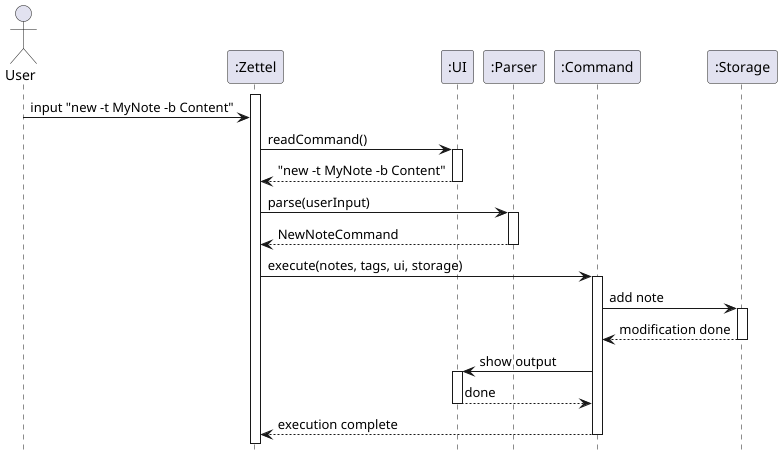
Above: docs/images/ArchitectureSequence.png in shauntsr/tp (PlantUML), before the change. The source it was exported from:
```plantuml
@startuml NewNote
hide footbox

actor User
participant ":Zettel"
participant ":UI"
participant ":Parser"
participant ":Command"
participant ":Storage"

activate ":Zettel"

User -> ":Zettel": input "new -t MyNote -b Content"
":Zettel" -> ":UI": readCommand()
activate ":UI"
":UI" --> ":Zettel": "new -t MyNote -b Content"
deactivate ":UI"

":Zettel" -> ":Parser": parse(userInput)
activate ":Parser"
":Parser" --> ":Zettel": NewNoteCommand
deactivate ":Parser"

":Zettel" -> ":Command": execute(notes, tags, ui, storage)
activate ":Command"

":Command" -> ":Storage": add note
activate ":Storage"
":Storage" --> ":Command": modification done
deactivate ":Storage"

":Command" -> ":UI": show output
activate ":UI"
":UI" --> ":Command": done
deactivate ":UI"

":Command" --> ":Zettel": execution complete
deactivate ":Command"

@enduml
```
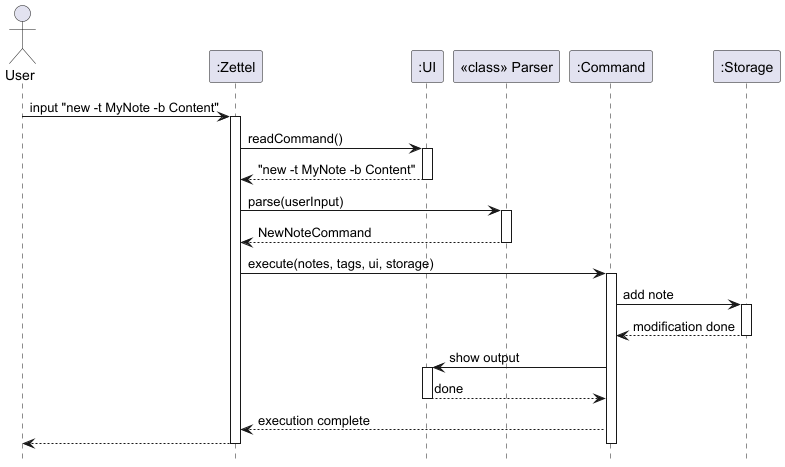
Later version of the same file.

What changed in the source:
```diff
@@ -1,25 +1,25 @@
-@startuml NewNote
+@startuml ArchitectureSequence
 hide footbox
 
 actor User
 participant ":Zettel"
 participant ":UI"
-participant ":Parser"
+participant "<<class>> Parser" as Parser
 participant ":Command"
 participant ":Storage"
 
-activate ":Zettel"
 
 User -> ":Zettel": input "new -t MyNote -b Content"
+activate ":Zettel"
 ":Zettel" -> ":UI": readCommand()
 activate ":UI"
 ":UI" --> ":Zettel": "new -t MyNote -b Content"
 deactivate ":UI"
 
-":Zettel" -> ":Parser": parse(userInput)
-activate ":Parser"
-":Parser" --> ":Zettel": NewNoteCommand
-deactivate ":Parser"
+":Zettel" -> "Parser": parse(userInput)
+activate "Parser"
+"Parser" --> ":Zettel": NewNoteCommand
+deactivate "Parser"
 
 ":Zettel" -> ":Command": execute(notes, tags, ui, storage)
 activate ":Command"
@@ -35,6 +35,7 @@
 deactivate ":UI"
 
 ":Command" --> ":Zettel": execution complete
+":Zettel" --> "User"
 deactivate ":Command"
-
+deactivate ":Zettel"
 @enduml
```
